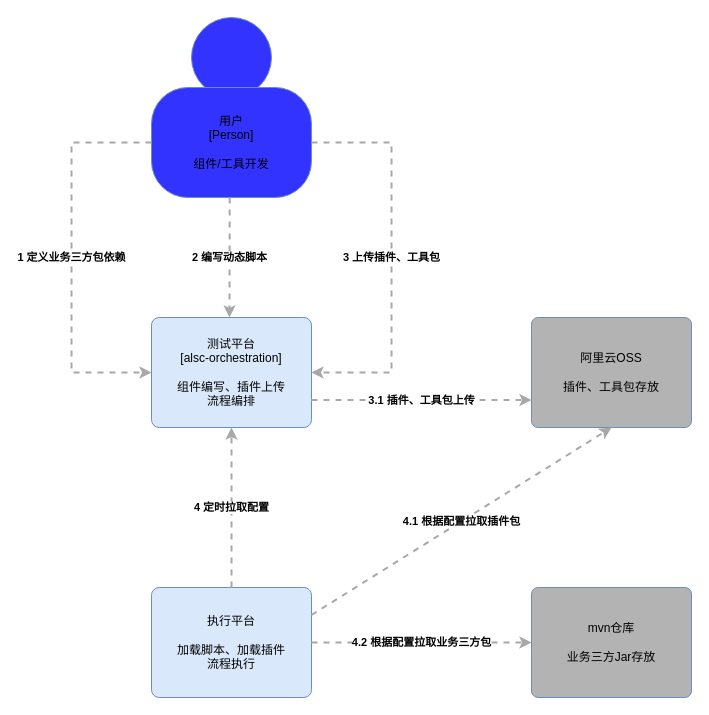
Before: 开发-上下文.drawio in JimmyKsdas/TestPlantForm, a draw.io diagram. Source tidied: cells renumbered, new cells numbered last; positions are measured from the earlier drawing's top-left corner, leaving out a move shared by most shapes. Both pictures are drawn from the tidied source at 100%, with x=0, y=0 at pixel (71, 17).
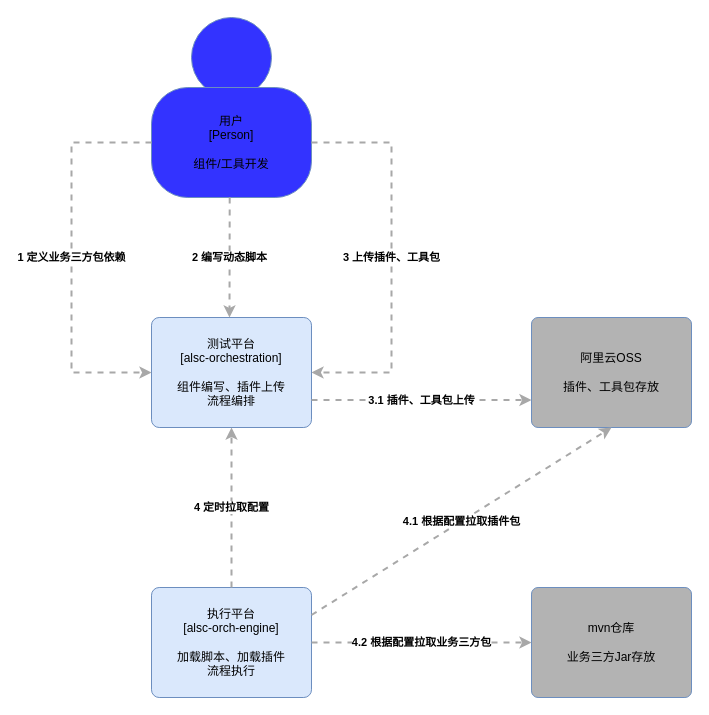
The same page after the edit.

Commit message:
Update 开发-上下文.drawio

Change to the diagram source:
```diff
@@
 <mxGraphModel>
   <root>
     <mxCell id="0" />
     <mxCell id="1" parent="0" />
     <mxCell id="2" style="ellipse;whiteSpace=wrap;html=1;rounded=0;labelBackgroundColor=none;fillColor=#3333FF;fontSize=12;fontColor=#000000;align=center;strokeColor=#6c8ebf;" parent="1" vertex="1">
       <mxGeometry x="120" width="80" height="80" as="geometry" />
     </mxCell>
     <mxCell id="3" value="用户&lt;div&gt;[Person]&lt;/div&gt;&lt;div&gt;&lt;br&gt;&lt;/div&gt;&lt;div&gt;组件/工具开发" style="rounded=1;whiteSpace=wrap;html=1;labelBackgroundColor=none;fillColor=#3333FF;fontColor=#000000;align=center;arcSize=33;strokeColor=#6c8ebf;" parent="1" vertex="1">
       <mxGeometry x="80" y="70" width="160" height="110" as="geometry" />
     </mxCell>
     <mxCell id="4" value="&lt;div&gt;测试平台&lt;/div&gt;&lt;div&gt;[&lt;span&gt;alsc-orchestration&lt;/span&gt;&lt;span&gt;]&lt;/span&gt;&lt;br&gt;&lt;/div&gt;&lt;div&gt;&lt;br&gt;&lt;/div&gt;&lt;div&gt;组件编写、插件上传&lt;/div&gt;&lt;div&gt;流程编排&lt;/div&gt;" style="rounded=1;whiteSpace=wrap;html=1;labelBackgroundColor=none;fillColor=#dae8fc;fontColor=#000000;align=center;arcSize=7;strokeColor=#6c8ebf;" parent="1" vertex="1">
       <mxGeometry x="80" y="300" width="160" height="110" as="geometry" />
     </mxCell>
-    <mxCell id="5" value="&lt;div&gt;执行平台&lt;/div&gt;&lt;div&gt;&lt;br&gt;&lt;/div&gt;&lt;div&gt;加载脚本、加载插件&lt;/div&gt;&lt;div&gt;流程执行&lt;/div&gt;" style="rounded=1;whiteSpace=wrap;html=1;labelBackgroundColor=none;fillColor=#dae8fc;fontColor=#000000;align=center;arcSize=7;strokeColor=#6c8ebf;" parent="1" vertex="1">
+    <mxCell id="5" value="&lt;div&gt;执行平台&lt;/div&gt;&lt;div&gt;&lt;div&gt;[alsc-orch-engine]&lt;/div&gt;&lt;/div&gt;&lt;div&gt;&lt;br&gt;&lt;/div&gt;&lt;div&gt;加载脚本、加载插件&lt;/div&gt;&lt;div&gt;流程执行&lt;/div&gt;" style="rounded=1;whiteSpace=wrap;html=1;labelBackgroundColor=none;fillColor=#dae8fc;fontColor=#000000;align=center;arcSize=7;strokeColor=#6c8ebf;" parent="1" vertex="1">
       <mxGeometry x="80" y="570" width="160" height="110" as="geometry" />
     </mxCell>
     <mxCell id="6" value="阿里云OSS&lt;br&gt;&lt;div&gt;&lt;br&gt;&lt;/div&gt;&lt;div&gt;插件、工具包存放&lt;/div&gt;" style="rounded=1;whiteSpace=wrap;html=1;labelBackgroundColor=none;fillColor=#B3B3B3;fontColor=#000000;align=center;arcSize=6;strokeColor=#6c8ebf;shadow=0;" parent="1" vertex="1">
       <mxGeometry x="460" y="300" width="160" height="110" as="geometry" />
     </mxCell>
     <mxCell id="7" value="mvn仓库&lt;br&gt;&lt;div&gt;&lt;br&gt;&lt;/div&gt;&lt;div&gt;业务三方Jar存放&lt;/div&gt;" style="rounded=1;whiteSpace=wrap;html=1;labelBackgroundColor=none;fillColor=#B3B3B3;fontColor=#000000;align=center;arcSize=6;strokeColor=#6c8ebf;shadow=0;" parent="1" vertex="1">
       <mxGeometry x="460" y="570" width="160" height="110" as="geometry" />
     </mxCell>
     <mxCell id="8" value="&lt;div style=&quot;text-align: left&quot;&gt;&lt;div style=&quot;text-align: center&quot;&gt;&lt;b&gt;1 定义业务三方包依赖&lt;/b&gt;&lt;/div&gt;&lt;/div&gt;" style="edgeStyle=none;rounded=0;html=1;entryX=0;entryY=0.5;jettySize=auto;strokeColor=#A8A8A8;strokeWidth=2;fontColor=#000000;jumpStyle=none;dashed=1;exitX=0;exitY=0.5;exitDx=0;exitDy=0;entryDx=0;entryDy=0;" parent="1" edge="1" source="3" target="4">
       <mxGeometry relative="1" as="geometry">
         <Array as="points">
           <mxPoint y="125" />
           <mxPoint y="355" />
         </Array>
       </mxGeometry>
     </mxCell>
     <mxCell id="9" value="&lt;b&gt;2 编写动态脚本&lt;/b&gt;" style="edgeStyle=none;rounded=0;html=1;jettySize=auto;orthogonalLoop=1;strokeColor=#A8A8A8;strokeWidth=2;fontColor=#000000;jumpStyle=none;dashed=1;exitX=0.5;exitY=1;exitDx=0;exitDy=0;" parent="1" edge="1">
       <mxGeometry relative="1" as="geometry">
         <mxPoint x="158.2" y="180" as="sourcePoint" />
         <mxPoint x="158" y="300" as="targetPoint" />
       </mxGeometry>
     </mxCell>
     <mxCell id="10" value="&lt;div style=&quot;text-align: left&quot;&gt;&lt;div style=&quot;text-align: center&quot;&gt;&lt;b&gt;3 上传插件、工具包&lt;/b&gt;&lt;/div&gt;&lt;/div&gt;" style="edgeStyle=none;rounded=0;html=1;entryX=1;entryY=0.5;jettySize=auto;strokeColor=#A8A8A8;strokeWidth=2;fontColor=#000000;jumpStyle=none;dashed=1;exitX=1;exitY=0.5;exitDx=0;exitDy=0;entryDx=0;entryDy=0;" parent="1" edge="1" source="3" target="4">
       <mxGeometry relative="1" as="geometry">
         <Array as="points">
           <mxPoint x="320" y="125" />
           <mxPoint x="320" y="355" />
         </Array>
       </mxGeometry>
     </mxCell>
     <mxCell id="11" value="&lt;b&gt;3.1 插件、工具包上传&lt;/b&gt;" style="edgeStyle=none;rounded=0;html=1;jettySize=auto;strokeColor=#A8A8A8;strokeWidth=2;fontColor=#000000;jumpStyle=none;dashed=1;exitX=1;exitY=0.75;exitDx=0;exitDy=0;entryX=0;entryY=0.75;entryDx=0;entryDy=0;" parent="1" edge="1" source="4" target="6">
       <mxGeometry relative="1" as="geometry" />
     </mxCell>
     <mxCell id="12" value="&lt;b&gt;4 定时拉取配置&lt;/b&gt;" style="edgeStyle=none;rounded=0;html=1;jettySize=auto;strokeColor=#A8A8A8;strokeWidth=2;fontColor=#000000;jumpStyle=none;dashed=1;entryX=0.5;entryY=1;entryDx=0;entryDy=0;exitX=0.5;exitY=0;exitDx=0;exitDy=0;" parent="1" edge="1" source="5" target="4">
       <mxGeometry relative="1" as="geometry" />
     </mxCell>
     <mxCell id="13" value="&lt;b&gt;4.1 根据配置拉取插件包&lt;/b&gt;" style="edgeStyle=none;rounded=0;html=1;jettySize=auto;strokeColor=#A8A8A8;strokeWidth=2;fontColor=#000000;jumpStyle=none;dashed=1;entryX=0.5;entryY=1;entryDx=0;entryDy=0;exitX=1;exitY=0.25;exitDx=0;exitDy=0;" parent="1" edge="1" source="5" target="6">
       <mxGeometry relative="1" as="geometry" />
     </mxCell>
     <mxCell id="14" value="&lt;b&gt;4.2 根据配置拉取业务三方包&lt;/b&gt;" style="edgeStyle=none;rounded=0;html=1;jettySize=auto;strokeColor=#A8A8A8;strokeWidth=2;fontColor=#000000;jumpStyle=none;dashed=1;exitX=1;exitY=0.5;exitDx=0;exitDy=0;entryX=0;entryY=0.5;entryDx=0;entryDy=0;" parent="1" edge="1" source="5" target="7">
       <mxGeometry relative="1" as="geometry" />
     </mxCell>
   </root>
 </mxGraphModel>
```
